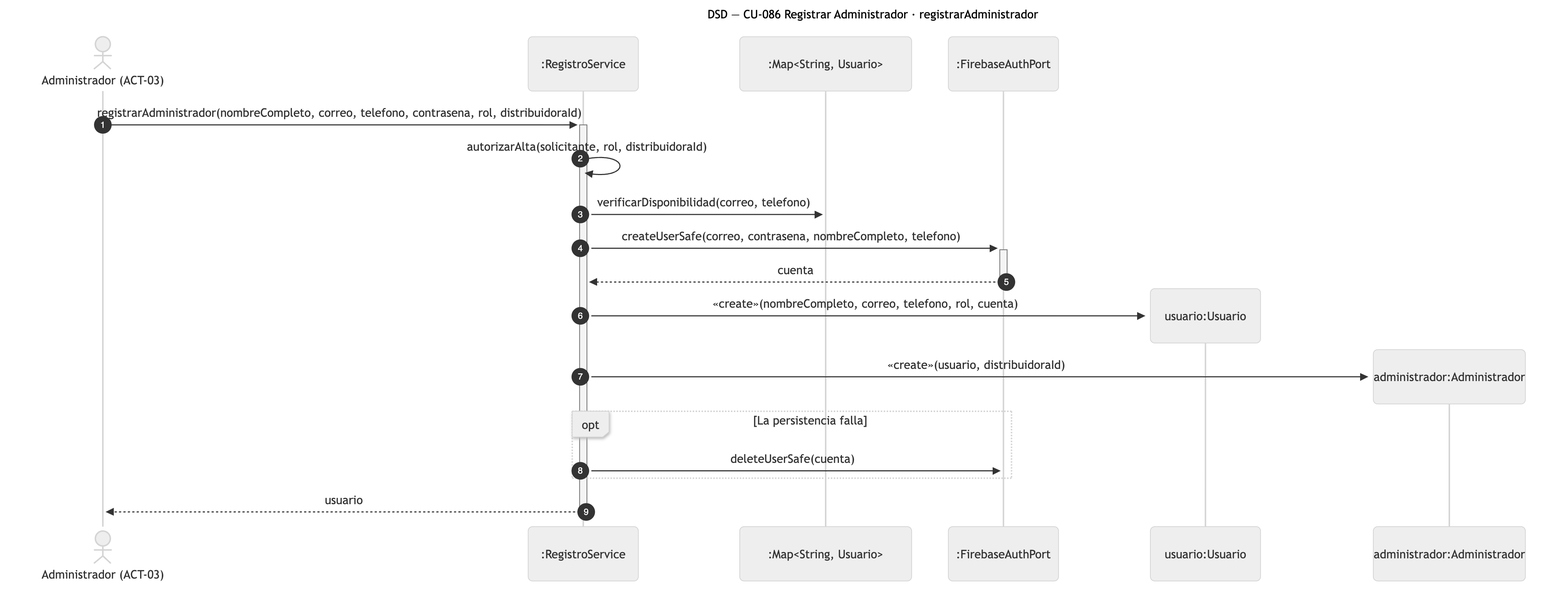
Nahuelito-Dev/splg-docs keeps this Mermaid diagram as diagramas/png/DSD_CU-086_registrarAdministrador.png. Above is the earlier version. Its source is kept beside it as diagramas/DSD_CU-086_registrarAdministrador.mmd. Its diagram source:
```mermaid
sequenceDiagram
    title DSD — CU-086 Registrar Administrador · registrarAdministrador
    autonumber
    actor ADM as Administrador (ACT-03)
    participant SRV as :RegistroService
    participant COL as :Map#lt;String, Usuario#gt;
    participant FBA as :FirebaseAuthPort

    ADM->>+SRV: registrarAdministrador(nombreCompleto, correo, telefono, contrasena, rol, distribuidoraId)
    SRV->>SRV: autorizarAlta(solicitante, rol, distribuidoraId)
    SRV->>COL: verificarDisponibilidad(correo, telefono)
    SRV->>+FBA: createUserSafe(correo, contrasena, nombreCompleto, telefono)
    FBA-->>-SRV: cuenta
    create participant USR as usuario:Usuario
    SRV->>USR: «create»(nombreCompleto, correo, telefono, rol, cuenta)
    create participant ADO as administrador:Administrador
    SRV->>ADO: «create»(usuario, distribuidoraId)
    opt La persistencia falla
        SRV->>FBA: deleteUserSafe(cuenta)
    end
    SRV-->>-ADM: usuario
```
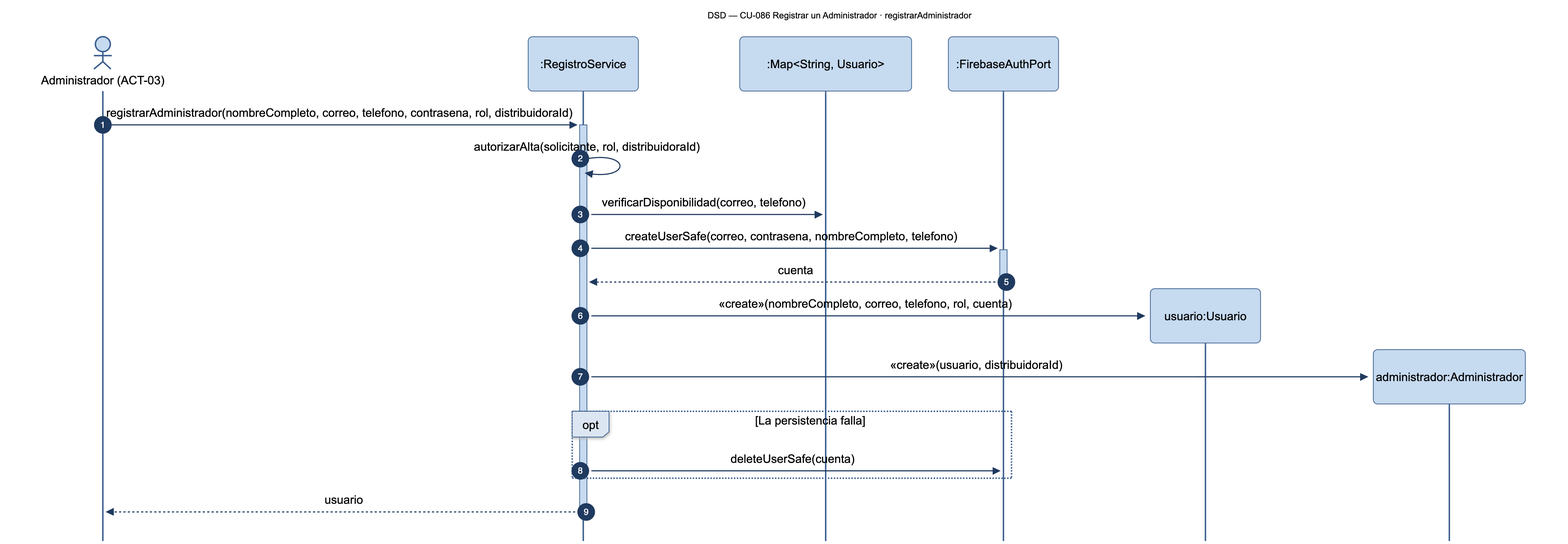
After the change.

The edit, as a diff of the source:
```diff
@@ -1,5 +1,5 @@
 sequenceDiagram
-    title DSD — CU-086 Registrar Administrador · registrarAdministrador
+    title DSD — CU-086 Registrar un Administrador · registrarAdministrador
     autonumber
     actor ADM as Administrador (ACT-03)
     participant SRV as :RegistroService
```
